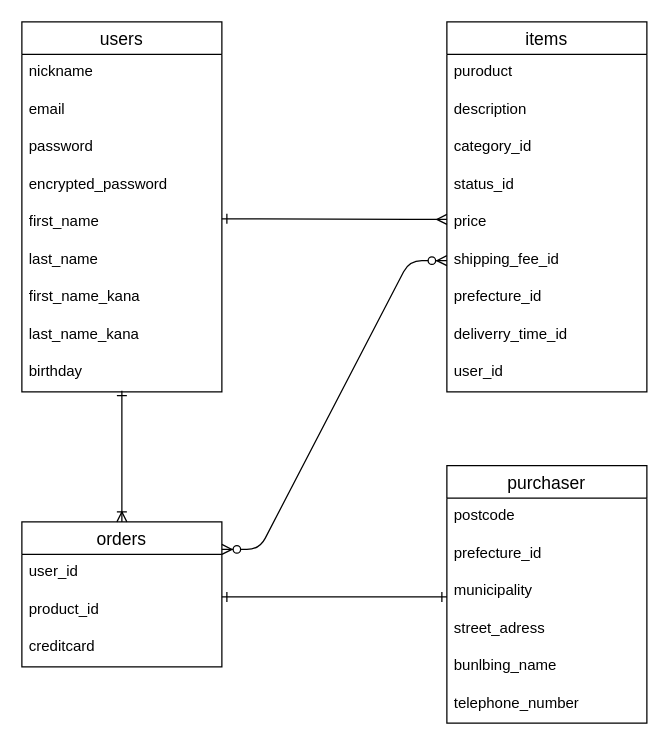
Before: furima.dio in Date-Koki/furima-45136, a draw.io diagram. Source tidied: cells renumbered, new cells numbered last; positions are measured from the earlier drawing's top-left corner, leaving out a move shared by most shapes. Both pictures are drawn from the tidied source at 125%, with x=0, y=0 at pixel (21, 21).
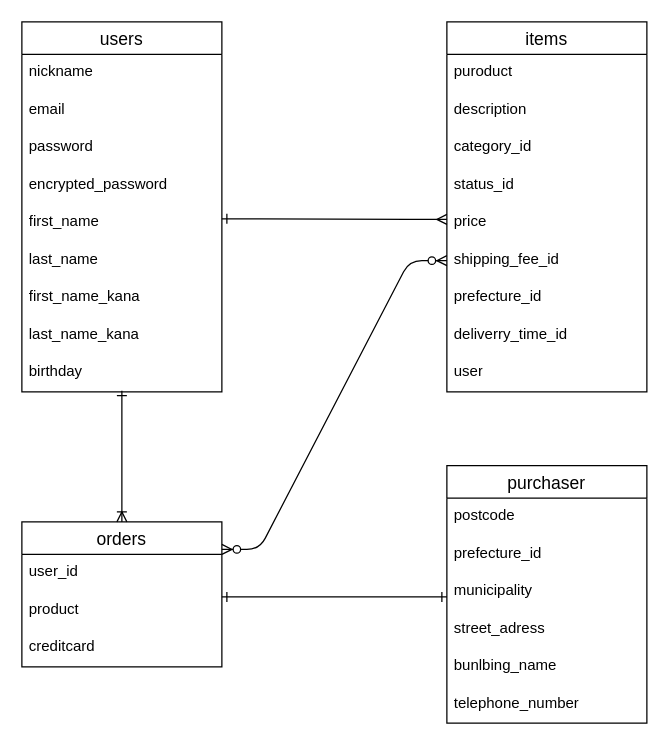
The same diagram, later.

Unchanged cells that the change refers to:
```xml
<mxCell id="2" value="items" style="swimlane;fontStyle=0;horizontal=1;startSize=26;align=center;fontSize=14;" parent="1" vertex="1">
  <mxGeometry x="340" width="160" height="296" as="geometry" />
</mxCell>
<mxCell id="12" value="orders" style="swimlane;fontStyle=0;horizontal=1;startSize=26;align=center;fontSize=14;" parent="1" vertex="1">
  <mxGeometry y="400" width="160" height="116" as="geometry" />
</mxCell>
```

The edit, as a diff of the source:
```diff
@@
-    <mxCell id="11" value="user_id" style="text;strokeColor=none;fillColor=none;spacingLeft=4;spacingRight=4;overflow=hidden;fontSize=12;whiteSpace=wrap;html=1;" parent="2" vertex="1">
+    <mxCell id="11" value="user" style="text;strokeColor=none;fillColor=none;spacingLeft=4;spacingRight=4;overflow=hidden;fontSize=12;whiteSpace=wrap;html=1;" parent="2" vertex="1">
       <mxGeometry y="266" width="160" height="30" as="geometry" />
     </mxCell>
@@
-    <mxCell id="14" value="product_id" style="text;strokeColor=none;fillColor=none;spacingLeft=4;spacingRight=4;overflow=hidden;fontSize=12;whiteSpace=wrap;html=1;" parent="12" vertex="1">
+    <mxCell id="14" value="product" style="text;strokeColor=none;fillColor=none;spacingLeft=4;spacingRight=4;overflow=hidden;fontSize=12;whiteSpace=wrap;html=1;" parent="12" vertex="1">
       <mxGeometry y="56" width="160" height="30" as="geometry" />
     </mxCell>
```
